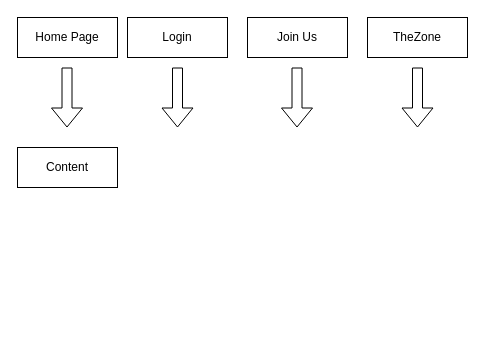
romanerobb/sharezone_ui keeps this draw.io diagram as Untitled Diagram.drawio. Above is the earlier version. Source tidied: cells renumbered, new cells numbered last; positions are measured from the earlier drawing's top-left corner, leaving out a move shared by most shapes. Both pictures are drawn from the tidied source at 100%, with x=0, y=0 at pixel (17, 17).
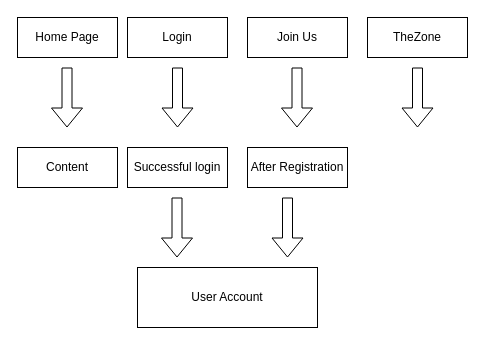
After the change.

Change to the diagram source:
```diff
@@
+    <mxCell id="11" value="Successful login" style="rounded=0;whiteSpace=wrap;html=1;" parent="1" vertex="1">
+      <mxGeometry x="110" y="130" width="100" height="40" as="geometry" />
+    </mxCell>
+    <mxCell id="12" value="After Registration" style="rounded=0;whiteSpace=wrap;html=1;" parent="1" vertex="1">
+      <mxGeometry x="230" y="130" width="100" height="40" as="geometry" />
+    </mxCell>
+    <mxCell id="13" style="shape=flexArrow;endArrow=classic;html=1;rounded=0;" parent="1" edge="1">
+      <mxGeometry relative="1" as="geometry">
+        <mxPoint x="159.5" y="180" as="sourcePoint" />
+        <mxPoint x="159.5" y="240" as="targetPoint" />
+      </mxGeometry>
+    </mxCell>
+    <mxCell id="14" style="shape=flexArrow;endArrow=classic;html=1;rounded=0;" parent="1" edge="1">
+      <mxGeometry relative="1" as="geometry">
+        <mxPoint x="270" y="180" as="sourcePoint" />
+        <mxPoint x="270" y="240" as="targetPoint" />
+      </mxGeometry>
+    </mxCell>
+    <mxCell id="15" value="User Account" style="rounded=0;whiteSpace=wrap;html=1;" parent="1" vertex="1">
+      <mxGeometry x="120" y="250" width="180" height="60" as="geometry" />
+    </mxCell>
```
